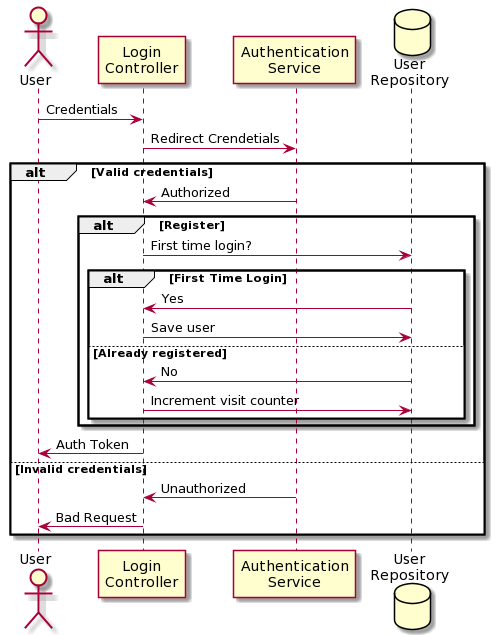
Before: docs/login.png, a diagram exported from PlantUML (manoloesparta/lostinparadise). The source it was exported from:
```plantuml
@startuml
actor User
participant "Login\nController" as Controller
participant "Authentication\nService" as AuthService
database "User\nRepository" as UserRepo

User -> Controller: Credentials
Controller -> AuthService: Redirect Crendetials

alt Valid credentials

    AuthService -> Controller: Authorized

    alt Register

        Controller -> UserRepo: First time login?

        alt First Time Login

            UserRepo -> Controller: Yes
            Controller -> UserRepo: Save user

        else Already registered

            UserRepo -> Controller: No
            Controller -> UserRepo: Increment visit counter

        end

    end

    Controller -> User: Auth Token


else Invalid credentials

    AuthService -> Controller : Unauthorized
    Controller -> User: Bad Request

end
@enduml
```
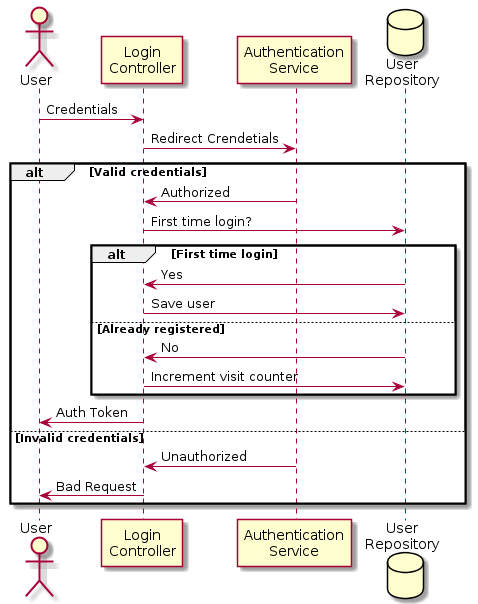
Later version of the same file.

Commit message:
corrections to uml made

The edit, as a diff of the source:
```diff
@@ -1,4 +1,5 @@
-@startuml
+@startuml Login Functionality
+
 actor User
 participant "Login\nController" as Controller
 participant "Authentication\nService" as AuthService
@@ -10,27 +11,21 @@
 alt Valid credentials
 
     AuthService -> Controller: Authorized
+    Controller -> UserRepo: First time login?
 
-    alt Register
+    alt First time login
 
-        Controller -> UserRepo: First time login?
+        UserRepo -> Controller: Yes
+        Controller -> UserRepo: Save user
 
-        alt First Time Login
+    else Already registered
 
-            UserRepo -> Controller: Yes
-            Controller -> UserRepo: Save user
-
-        else Already registered
-
-            UserRepo -> Controller: No
-            Controller -> UserRepo: Increment visit counter
-
-        end
+        UserRepo -> Controller: No
+        Controller -> UserRepo: Increment visit counter
 
     end
 
     Controller -> User: Auth Token
-
 
 else Invalid credentials
 
@@ -38,4 +33,5 @@
     Controller -> User: Bad Request
 
 end
+
 @enduml
```
